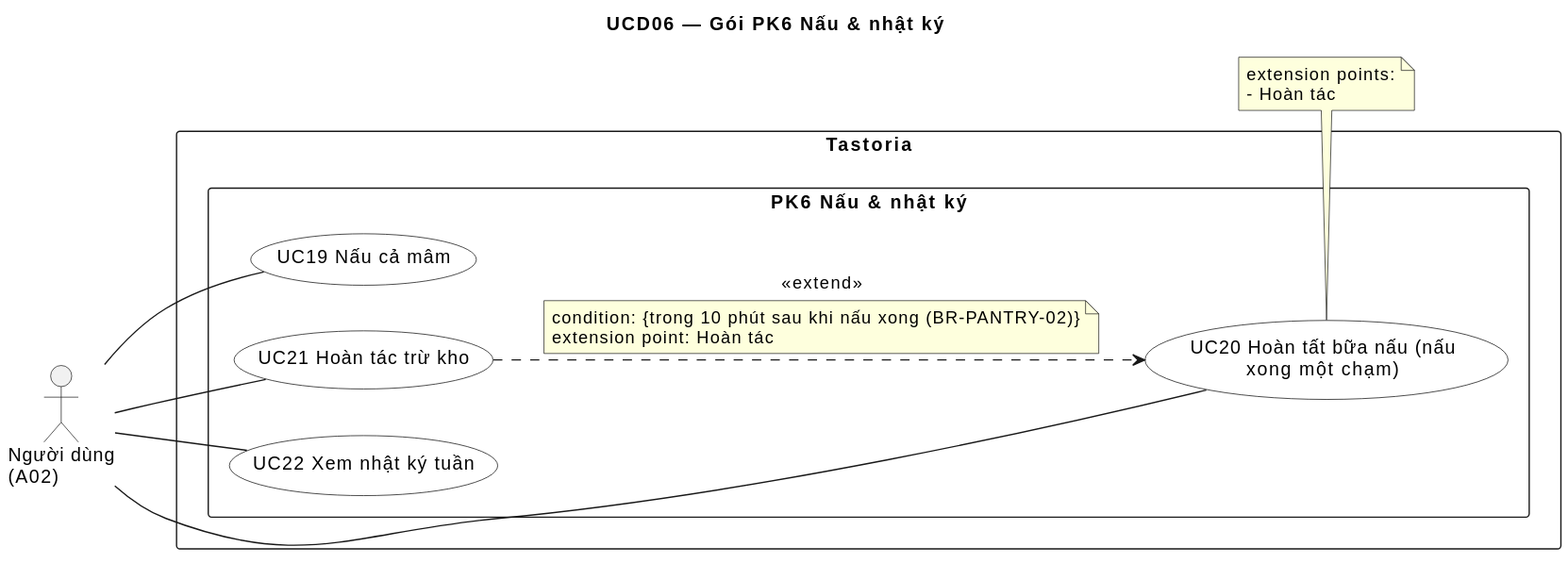
Above: docs/uml/out/usecase/UCD06-nau-nhat-ky.svg in NamBuw/Tastoria (PlantUML), before the change.
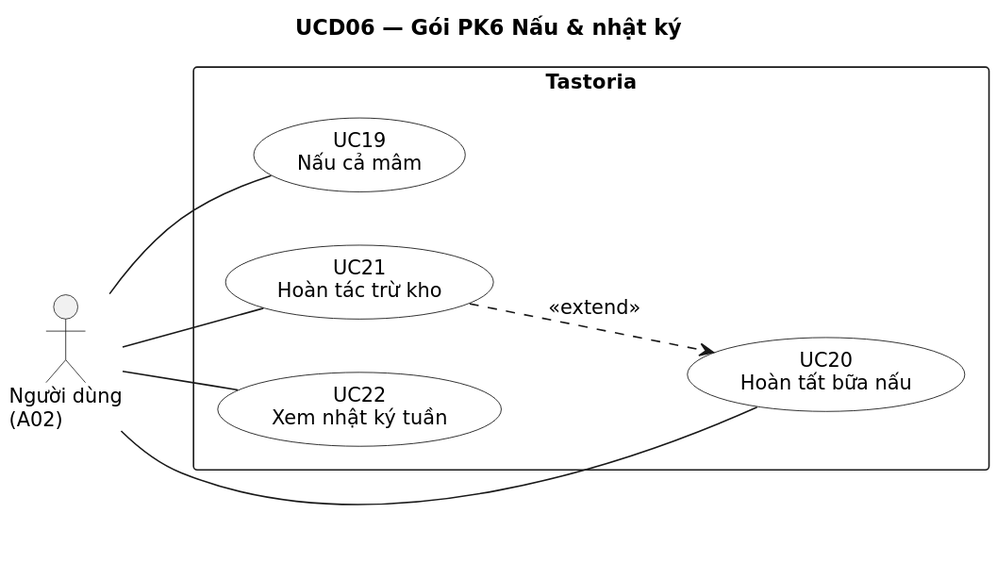
Later version of the same file.

Diff of the diagram source:
```diff
@@ -1,5 +1,10 @@
 @startuml
 title UCD06 — Gói PK6 Nấu & nhật ký
+skinparam shadowing false
+skinparam defaultFontName DejaVu Sans
+skinparam defaultFontSize 13
+skinparam dpi 110
+
 left to right direction
 skinparam packageStyle rectangle
 skinparam actorStyle stick
@@ -9,28 +14,16 @@
 }
 
 actor "Người dùng\n(A02)" as A02
-
 rectangle "Tastoria" {
-  package "PK6 Nấu & nhật ký" as PK6 {
-    usecase "UC19 Nấu cả mâm" as UC19
-    usecase "UC20 Hoàn tất bữa nấu (nấu\nxong một chạm)" as UC20
-    usecase "UC21 Hoàn tác trừ kho" as UC21
-    usecase "UC22 Xem nhật ký tuần" as UC22
-  }
+  usecase "UC19\nNấu cả mâm" as UC19
+  usecase "UC20\nHoàn tất bữa nấu" as UC20
+  usecase "UC21\nHoàn tác trừ kho" as UC21
+  usecase "UC22\nXem nhật ký tuần" as UC22
 }
 
 A02 -- UC19
 A02 -- UC20
 A02 -- UC21
 A02 -- UC22
-
 UC21 ..> UC20 : <<extend>>
-note on link
-  condition: {trong 10 phút sau khi nấu xong (BR-PANTRY-02)}
-  extension point: Hoàn tác
-end note
-note bottom of UC20
-  extension points:
-  - Hoàn tác
-end note
 @enduml
```
